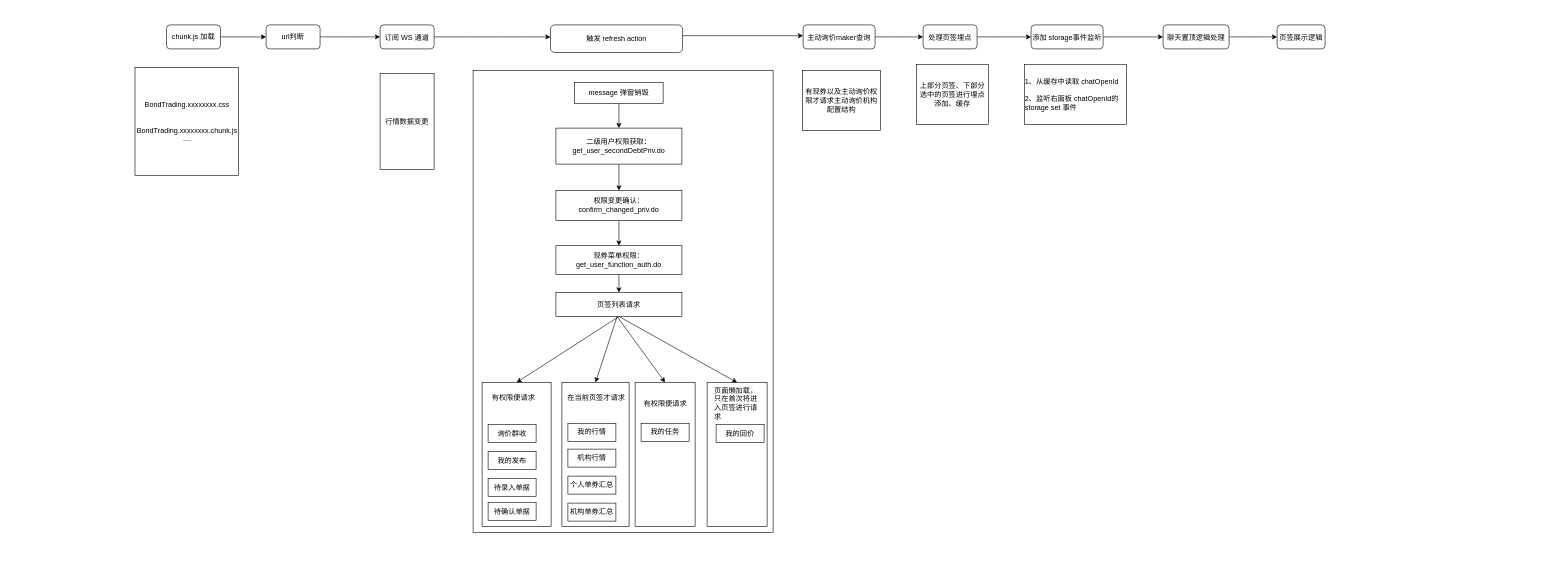
Earlier version of the draw.io diagram page "页面加载流程图" (2 of 2) of 未命名绘图.drawio (tanqq1/diagrams-images). Source tidied: cells renumbered, new cells numbered last; positions are measured from the earlier drawing's top-left corner, leaving out a move shared by most shapes. Both pictures are drawn from the tidied source at 60%, with x=0, y=0 at pixel (135, 25).
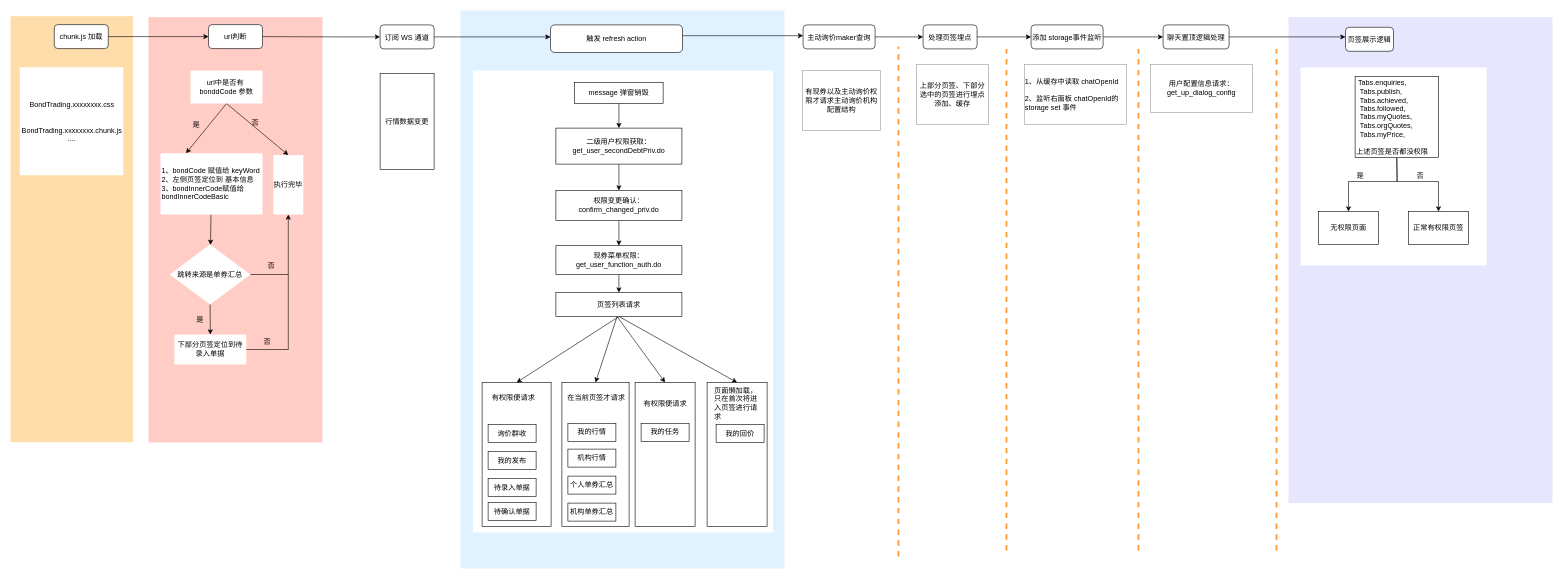
The same page after the edit.

Unchanged cells that the change refers to:
```xml
<mxCell id="2" value="订阅 WS 通道" style="rounded=1;" parent="1" vertex="1">
  <mxGeometry x="408" width="90" height="40" as="geometry" />
</mxCell>
```

Change to the diagram source:
```diff
@@
+    <mxCell id="56" style="rounded=0;whiteSpace=wrap;html=1;fontSize=12;strokeColor=none;strokeWidth=1;fillColor=#FFC8BF;opacity=90;" parent="1" vertex="1">
+      <mxGeometry x="22" y="-13" width="290" height="709" as="geometry" />
+    </mxCell>
+    <mxCell id="57" style="rounded=0;whiteSpace=wrap;html=1;fontSize=12;strokeColor=none;strokeWidth=1;fillColor=#FFDDAB;" parent="1" vertex="1">
+      <mxGeometry x="-208" y="-14.5" width="204" height="710" as="geometry" />
+    </mxCell>
+    <mxCell id="58" style="rounded=0;whiteSpace=wrap;html=1;fontSize=12;strokeColor=none;strokeWidth=1;fillColor=#E6E7FF;" parent="1" vertex="1">
+      <mxGeometry x="1922" y="-13" width="440" height="810" as="geometry" />
+    </mxCell>
+    <mxCell id="59" style="rounded=0;whiteSpace=wrap;html=1;fontSize=12;strokeColor=none;strokeWidth=1;fillColor=#E0F1FF;" parent="1" vertex="1">
+      <mxGeometry x="542" y="-24" width="540" height="930" as="geometry" />
+    </mxCell>
@@
-    <mxCell id="3" style="curved=1;noEdgeStyle=1;orthogonal=1;" parent="1" edge="1" target="2">
+    <mxCell id="3" style="curved=1;noEdgeStyle=1;orthogonal=1;exitX=1;exitY=0.5;exitDx=0;exitDy=0;" parent="1" edge="1" source="16" target="2">
       <mxGeometry relative="1" as="geometry">
-        <mxPoint x="305.7" y="20" as="sourcePoint" />
         <Array as="points">
           <mxPoint x="318" y="20" />
           <mxPoint x="398" y="20" />
         </Array>
       </mxGeometry>
     </mxCell>
@@
     <mxCell id="14" value="页签展示逻辑" style="rounded=1;" parent="1" vertex="1">
-      <mxGeometry x="1903" width="80" height="40" as="geometry" />
+      <mxGeometry x="2017" y="4" width="80" height="40" as="geometry" />
     </mxCell>
@@
     <mxCell id="16" value="url判断" style="rounded=1;whiteSpace=wrap;html=1;" parent="1" vertex="1">
-      <mxGeometry x="218" width="90" height="40" as="geometry" />
+      <mxGeometry x="122" y="-0.5" width="90" height="40" as="geometry" />
     </mxCell>
@@
-    <mxCell id="18" style="rounded=0;whiteSpace=wrap;html=1;" parent="1" vertex="1">
+    <mxCell id="18" style="rounded=0;whiteSpace=wrap;html=1;strokeColor=none;" parent="1" vertex="1">
       <mxGeometry x="563" y="76" width="500" height="770" as="geometry" />
     </mxCell>
@@
-    <mxCell id="46" style="edgeStyle=orthogonalEdgeStyle;rounded=0;jettySize=auto;html=1;" parent="1" edge="1" source="47" target="16">
+    <mxCell id="46" style="edgeStyle=orthogonalEdgeStyle;rounded=0;jettySize=auto;html=1;entryX=0;entryY=0.5;entryDx=0;entryDy=0;" parent="1" edge="1" source="47" target="16">
       <mxGeometry relative="1" as="geometry" />
     </mxCell>
     <mxCell id="47" value="chunk.js 加载" style="rounded=1;whiteSpace=wrap;html=1;" parent="1" vertex="1">
-      <mxGeometry x="52" width="90" height="40" as="geometry" />
+      <mxGeometry x="-135" y="-0.5" width="90" height="40" as="geometry" />
     </mxCell>
-    <mxCell id="48" value="BondTrading.xxxxxxxx.css&lt;br&gt;&lt;br&gt;&lt;br&gt;BondTrading.xxxxxxxx.chunk.js&lt;br&gt;...." style="rounded=0;whiteSpace=wrap;html=1;" parent="1" vertex="1">
-      <mxGeometry x="-0.5" y="71" width="172.5" height="180" as="geometry" />
+    <mxCell id="48" value="BondTrading.xxxxxxxx.css&lt;br&gt;&lt;br&gt;&lt;br&gt;BondTrading.xxxxxxxx.chunk.js&lt;br&gt;...." style="rounded=0;whiteSpace=wrap;html=1;strokeColor=none;" parent="1" vertex="1">
+      <mxGeometry x="-192.5" y="70.5" width="172.5" height="180" as="geometry" />
     </mxCell>
@@
-    <mxCell id="53" value="&lt;font style=&quot;font-size: 12px;&quot;&gt;有现券以及主动询价权限才请求主动询价机构配置结构&lt;/font&gt;" style="rounded=0;whiteSpace=wrap;html=1;" parent="1" vertex="1">
+    <mxCell id="53" value="&lt;font style=&quot;font-size: 12px;&quot;&gt;有现券以及主动询价权限才请求主动询价机构配置结构&lt;/font&gt;" style="rounded=0;whiteSpace=wrap;html=1;strokeColor=#999999;" parent="1" vertex="1">
       <mxGeometry x="1112" y="76" width="130" height="100" as="geometry" />
     </mxCell>
-    <mxCell id="54" value="&lt;font style=&quot;font-size: 12px;&quot;&gt;上部分页签、下部分选中的页签进行埋点添加、缓存&lt;/font&gt;" style="rounded=0;whiteSpace=wrap;html=1;" parent="1" vertex="1">
+    <mxCell id="54" value="&lt;font style=&quot;font-size: 12px;&quot;&gt;上部分页签、下部分选中的页签进行埋点添加、缓存&lt;/font&gt;" style="rounded=0;whiteSpace=wrap;html=1;strokeColor=#999999;" parent="1" vertex="1">
       <mxGeometry x="1302" y="66" width="120" height="100" as="geometry" />
     </mxCell>
-    <mxCell id="55" value="&lt;div style=&quot;text-align: left;&quot;&gt;&lt;span style=&quot;background-color: initial;&quot;&gt;1、从缓存中读取 chatOpenId&lt;br&gt;&lt;br&gt;&lt;/span&gt;&lt;/div&gt;&lt;div style=&quot;text-align: left;&quot;&gt;&lt;span style=&quot;background-color: initial;&quot;&gt;2、监听右面板 chatOpenId的storage set 事件&lt;/span&gt;&lt;/div&gt;" style="rounded=0;whiteSpace=wrap;html=1;fontSize=12;" parent="1" vertex="1">
+    <mxCell id="55" value="&lt;div style=&quot;text-align: left;&quot;&gt;&lt;span style=&quot;background-color: initial;&quot;&gt;1、从缓存中读取 chatOpenId&lt;br&gt;&lt;br&gt;&lt;/span&gt;&lt;/div&gt;&lt;div style=&quot;text-align: left;&quot;&gt;&lt;span style=&quot;background-color: initial;&quot;&gt;2、监听右面板 chatOpenId的storage set 事件&lt;/span&gt;&lt;/div&gt;" style="rounded=0;whiteSpace=wrap;html=1;fontSize=12;strokeColor=#999999;" parent="1" vertex="1">
       <mxGeometry x="1482" y="66" width="170" height="100" as="geometry" />
     </mxCell>
+    <mxCell id="60" value="用户配置信息请求：&lt;br&gt;get_up_dialog_config" style="rounded=0;whiteSpace=wrap;html=1;fontSize=12;strokeColor=#999999;" parent="1" vertex="1">
+      <mxGeometry x="1692" y="66" width="170" height="80" as="geometry" />
+    </mxCell>
+    <mxCell id="61" style="rounded=0;whiteSpace=wrap;html=1;fontSize=12;strokeColor=none;" parent="1" vertex="1">
+      <mxGeometry x="1942" y="71" width="310" height="330" as="geometry" />
+    </mxCell>
+    <mxCell id="62" style="edgeStyle=none;rounded=0;jettySize=auto;html=1;exitX=0.5;exitY=1;exitDx=0;exitDy=0;entryX=0.5;entryY=0;entryDx=0;entryDy=0;fontSize=12;" parent="1" edge="1" source="64" target="65">
+      <mxGeometry relative="1" as="geometry">
+        <Array as="points">
+          <mxPoint x="2103" y="261" />
+          <mxPoint x="2022" y="261" />
+        </Array>
+      </mxGeometry>
+    </mxCell>
+    <mxCell id="63" style="edgeStyle=none;rounded=0;jettySize=auto;html=1;exitX=0.5;exitY=1;exitDx=0;exitDy=0;entryX=0.5;entryY=0;entryDx=0;entryDy=0;fontSize=12;" parent="1" edge="1" source="64" target="66">
+      <mxGeometry relative="1" as="geometry">
+        <Array as="points">
+          <mxPoint x="2103" y="261" />
+          <mxPoint x="2172" y="261" />
+        </Array>
+      </mxGeometry>
+    </mxCell>
+    <mxCell id="64" value="&lt;div&gt;&lt;div&gt;&amp;nbsp;Tabs.enquiries,&lt;/div&gt;&lt;div&gt;&amp;nbsp; Tabs.publish,&lt;/div&gt;&lt;div&gt;&amp;nbsp; Tabs.achieved,&lt;/div&gt;&lt;div&gt;&amp;nbsp; Tabs.followed,&lt;/div&gt;&lt;div&gt;&amp;nbsp; Tabs.myQuotes,&lt;/div&gt;&lt;div&gt;&amp;nbsp; Tabs.orgQuotes,&lt;/div&gt;&lt;div&gt;&amp;nbsp; Tabs.myPrice,&lt;/div&gt;&lt;div&gt;&lt;span style=&quot;background-color: initial;&quot;&gt;&amp;nbsp;&lt;/span&gt;&lt;br&gt;&lt;/div&gt;&lt;/div&gt;&lt;div&gt;上述页签是否都没权限&lt;/div&gt;" style="rounded=0;whiteSpace=wrap;html=1;fontSize=12;align=left;" parent="1" vertex="1">
+      <mxGeometry x="2033" y="86" width="139" height="135" as="geometry" />
+    </mxCell>
+    <mxCell id="65" value="无权限页面" style="rounded=0;whiteSpace=wrap;html=1;fontSize=12;" parent="1" vertex="1">
+      <mxGeometry x="1972" y="311" width="100" height="55" as="geometry" />
+    </mxCell>
+    <mxCell id="66" value="正常有权限页签" style="rounded=0;whiteSpace=wrap;html=1;fontSize=12;" parent="1" vertex="1">
+      <mxGeometry x="2122" y="311" width="100" height="55" as="geometry" />
+    </mxCell>
+    <mxCell id="67" value="否" style="text;html=1;strokeColor=none;fillColor=none;align=center;verticalAlign=middle;whiteSpace=wrap;rounded=0;fontSize=12;" parent="1" vertex="1">
+      <mxGeometry x="2112" y="237" width="60" height="30" as="geometry" />
+    </mxCell>
+    <mxCell id="68" value="是" style="text;html=1;strokeColor=none;fillColor=none;align=center;verticalAlign=middle;whiteSpace=wrap;rounded=0;fontSize=12;" parent="1" vertex="1">
+      <mxGeometry x="2012" y="237" width="60" height="30" as="geometry" />
+    </mxCell>
+    <mxCell id="69" style="endArrow=none;html=1;rounded=0;fontSize=12;dashed=1;strokeColor=#FF9933;strokeWidth=3;" parent="1" edge="1">
+      <mxGeometry relative="1" as="geometry">
+        <mxPoint x="1452" y="876" as="sourcePoint" />
+        <mxPoint x="1452" y="40" as="targetPoint" />
+      </mxGeometry>
+    </mxCell>
+    <mxCell id="70" style="endArrow=none;html=1;rounded=0;fontSize=12;dashed=1;strokeColor=#FF9933;strokeWidth=3;" parent="1" edge="1">
+      <mxGeometry relative="1" as="geometry">
+        <mxPoint x="1272" y="886" as="sourcePoint" />
+        <mxPoint x="1272" y="36" as="targetPoint" />
+      </mxGeometry>
+    </mxCell>
+    <mxCell id="71" style="endArrow=none;html=1;rounded=0;fontSize=12;dashed=1;strokeColor=#FF9933;strokeWidth=3;" parent="1" edge="1">
+      <mxGeometry relative="1" as="geometry">
+        <mxPoint x="1672" y="876" as="sourcePoint" />
+        <mxPoint x="1672" y="40" as="targetPoint" />
+      </mxGeometry>
+    </mxCell>
+    <mxCell id="72" style="endArrow=none;html=1;rounded=0;fontSize=12;dashed=1;strokeColor=#FF9933;strokeWidth=3;" parent="1" edge="1">
+      <mxGeometry relative="1" as="geometry">
+        <mxPoint x="1902" y="876" as="sourcePoint" />
+        <mxPoint x="1902" y="40" as="targetPoint" />
+      </mxGeometry>
+    </mxCell>
+    <mxCell id="73" style="edgeStyle=none;rounded=0;jettySize=auto;html=1;fontSize=12;strokeColor=#000000;strokeWidth=1;entryX=0.25;entryY=0;entryDx=0;entryDy=0;exitX=0.5;exitY=1;exitDx=0;exitDy=0;" parent="1" edge="1" source="75" target="77">
+      <mxGeometry relative="1" as="geometry" />
+    </mxCell>
+    <mxCell id="74" style="edgeStyle=none;rounded=0;jettySize=auto;html=1;exitX=0.5;exitY=1;exitDx=0;exitDy=0;entryX=0.5;entryY=0;entryDx=0;entryDy=0;fontSize=12;strokeColor=#000000;strokeWidth=1;" parent="1" edge="1" source="75" target="78">
+      <mxGeometry relative="1" as="geometry" />
+    </mxCell>
+    <mxCell id="75" value="url中是否有&amp;nbsp; bonddCode 参数" style="rounded=0;whiteSpace=wrap;html=1;fontSize=12;strokeColor=none;strokeWidth=1;fillColor=#FFFFFF;" parent="1" vertex="1">
+      <mxGeometry x="92" y="76" width="120" height="55" as="geometry" />
+    </mxCell>
+    <mxCell id="76" style="edgeStyle=none;rounded=0;jettySize=auto;html=1;fontSize=12;strokeColor=#000000;strokeWidth=1;" parent="1" edge="1" source="77" target="82">
+      <mxGeometry relative="1" as="geometry" />
+    </mxCell>
+    <mxCell id="77" value="1、bondCode 赋值给 keyWord&lt;br&gt;2、左侧页签定位到 基本信息&lt;br&gt;3、bondInnerCode赋值给bondInnerCodeBasic" style="whiteSpace=wrap;html=1;fillColor=#FFFFFF;strokeColor=none;rounded=0;strokeWidth=1;align=left;" parent="1" vertex="1">
+      <mxGeometry x="42" y="214" width="170" height="102" as="geometry" />
+    </mxCell>
+    <mxCell id="78" value="执行完毕" style="rounded=0;whiteSpace=wrap;html=1;fontSize=12;strokeColor=none;strokeWidth=1;fillColor=#FFFFFF;" parent="1" vertex="1">
+      <mxGeometry x="230" y="217" width="50" height="99" as="geometry" />
+    </mxCell>
+    <mxCell id="79" value="是" style="text;html=1;strokeColor=none;fillColor=none;align=center;verticalAlign=middle;whiteSpace=wrap;rounded=0;fontSize=12;" parent="1" vertex="1">
+      <mxGeometry x="72" y="152" width="60" height="30" as="geometry" />
+    </mxCell>
+    <mxCell id="80" value="否" style="text;html=1;strokeColor=none;fillColor=none;align=center;verticalAlign=middle;whiteSpace=wrap;rounded=0;fontSize=12;" parent="1" vertex="1">
+      <mxGeometry x="170" y="148" width="60" height="30" as="geometry" />
+    </mxCell>
+    <mxCell id="81" style="edgeStyle=none;rounded=0;jettySize=auto;html=1;entryX=0.5;entryY=0;entryDx=0;entryDy=0;fontSize=12;strokeColor=#000000;strokeWidth=1;" parent="1" edge="1" source="82" target="84">
+      <mxGeometry relative="1" as="geometry" />
+    </mxCell>
+    <mxCell id="82" value="跳转来源是单券汇总" style="rhombus;whiteSpace=wrap;html=1;align=center;fillColor=#FFFFFF;strokeColor=none;rounded=0;strokeWidth=1;" parent="1" vertex="1">
+      <mxGeometry x="57" y="366" width="135" height="100" as="geometry" />
+    </mxCell>
+    <mxCell id="83" value="否" style="text;html=1;strokeColor=none;fillColor=none;align=center;verticalAlign=middle;whiteSpace=wrap;rounded=0;fontSize=12;" parent="1" vertex="1">
+      <mxGeometry x="197" y="386" width="60" height="30" as="geometry" />
+    </mxCell>
+    <mxCell id="84" value="下部分页签定位到待录入单据" style="rounded=0;whiteSpace=wrap;html=1;fontSize=12;strokeColor=none;strokeWidth=1;fillColor=#FFFFFF;" parent="1" vertex="1">
+      <mxGeometry x="65" y="516" width="120" height="50" as="geometry" />
+    </mxCell>
+    <mxCell id="85" style="group;" parent="1" vertex="1">
+      <mxGeometry x="255" y="416" height="125" as="geometry" />
+    </mxCell>
+    <mxCell id="86" style="edgeStyle=none;rounded=0;jettySize=auto;html=1;exitX=1;exitY=0.5;exitDx=0;exitDy=0;entryX=0.5;entryY=1;entryDx=0;entryDy=0;fontSize=12;strokeColor=#000000;strokeWidth=1;" parent="85" edge="1" source="82" target="78">
+      <mxGeometry relative="1" as="geometry">
+        <Array as="points">
+          <mxPoint />
+        </Array>
+      </mxGeometry>
+    </mxCell>
+    <mxCell id="87" style="endArrow=none;html=1;rounded=0;fontSize=12;strokeColor=#000000;strokeWidth=1;exitX=1;exitY=0.5;exitDx=0;exitDy=0;" parent="85" edge="1" source="84">
+      <mxGeometry relative="1" as="geometry">
+        <mxPoint as="targetPoint" />
+        <Array as="points">
+          <mxPoint y="125" />
+        </Array>
+      </mxGeometry>
+    </mxCell>
+    <mxCell id="88" value="是" style="text;html=1;strokeColor=none;fillColor=none;align=center;verticalAlign=middle;whiteSpace=wrap;rounded=0;fontSize=12;" parent="1" vertex="1">
+      <mxGeometry x="78" y="476" width="60" height="30" as="geometry" />
+    </mxCell>
+    <mxCell id="89" value="否" style="text;html=1;strokeColor=none;fillColor=none;align=center;verticalAlign=middle;whiteSpace=wrap;rounded=0;fontSize=12;" parent="1" vertex="1">
+      <mxGeometry x="190" y="514" width="60" height="30" as="geometry" />
+    </mxCell>
```
